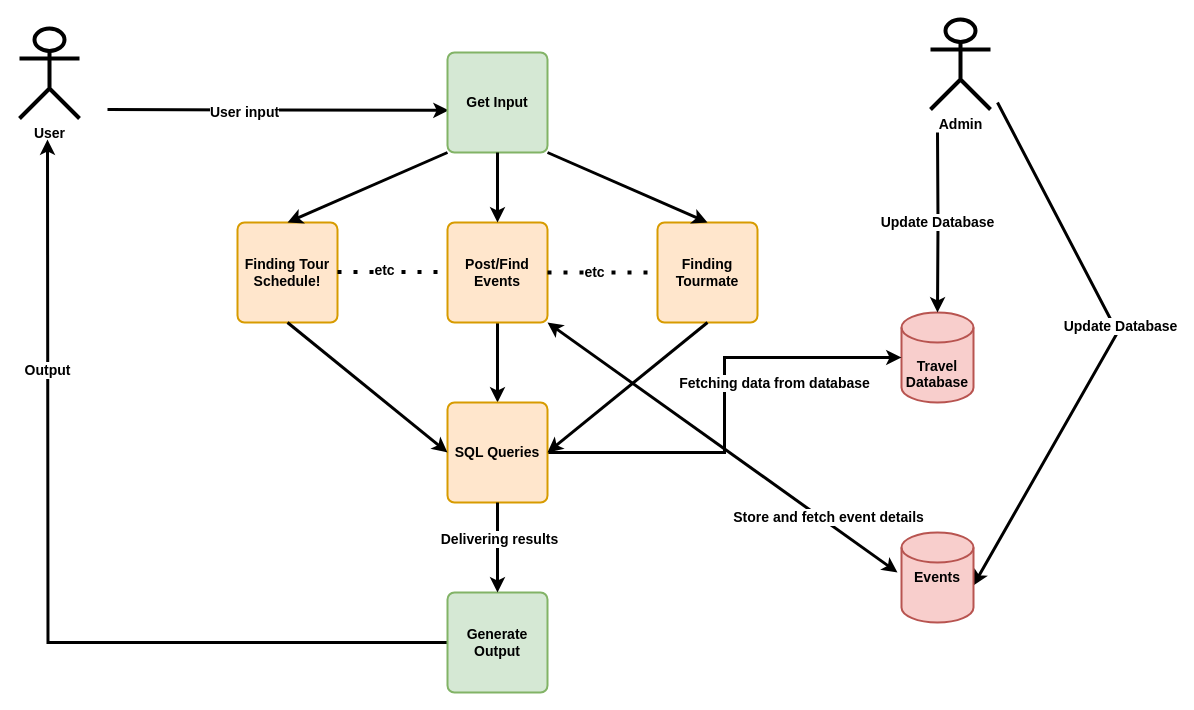
Above: contextbjet.drawio in mahbubhimel/Html (draw.io), before the change. Source tidied: cells renumbered, new cells numbered last; positions are measured from the earlier drawing's top-left corner, leaving out a move shared by most shapes. Both pictures are drawn from the tidied source at 100%, with x=0, y=0 at pixel (19, 19).
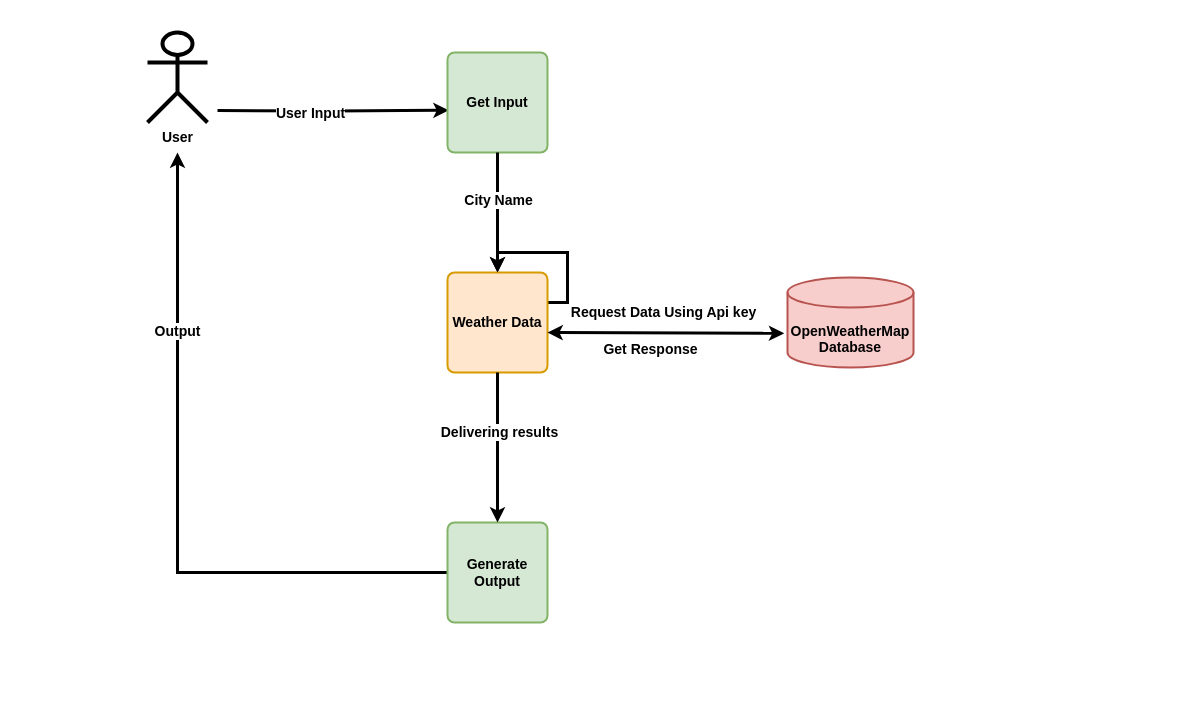
The same diagram, later.

The change refers to these unchanged cells:
```xml
<mxCell id="4" value="&lt;b&gt;Get Input&lt;/b&gt;" style="rounded=1;whiteSpace=wrap;html=1;absoluteArcSize=1;arcSize=14;strokeWidth=2;fontSize=14;fillColor=#d5e8d4;strokeColor=#82b366;" parent="1" vertex="1">
  <mxGeometry x="428" y="33" width="100" height="100" as="geometry" />
</mxCell>
```

Diff of the diagram source:
```diff
@@
     <mxCell id="2" style="edgeStyle=orthogonalEdgeStyle;rounded=0;jettySize=auto;html=1;entryX=0.011;entryY=0.578;entryDx=0;entryDy=0;entryPerimeter=0;fontSize=14;strokeWidth=3;" parent="1" edge="1" target="4">
       <mxGeometry relative="1" as="geometry">
-        <mxPoint x="88" y="90.1" as="sourcePoint" />
+        <mxPoint x="198" y="91" as="sourcePoint" />
       </mxGeometry>
     </mxCell>
-    <mxCell id="3" value="&lt;b&gt;User input&lt;/b&gt;" style="edgeLabel;html=1;align=center;verticalAlign=middle;fontSize=14;" parent="2" vertex="1">
+    <mxCell id="3" value="&lt;b&gt;User Input&lt;br&gt;&lt;/b&gt;" style="edgeLabel;html=1;align=center;verticalAlign=middle;fontSize=14;" parent="2" vertex="1">
       <mxGeometry x="-0.2" y="-2" relative="1" as="geometry" />
     </mxCell>
@@
-    <mxCell id="5" value="&lt;b&gt;&lt;br&gt;&lt;br&gt;Travel&lt;br&gt;Database&lt;/b&gt;" style="strokeWidth=2;html=1;shape=mxgraph.flowchart.database;whiteSpace=wrap;fontSize=14;fillColor=#f8cecc;strokeColor=#b85450;" parent="1" vertex="1">
-      <mxGeometry x="882" y="293" width="72" height="90" as="geometry" />
+    <mxCell id="5" value="&lt;b&gt;&lt;br&gt;&lt;br&gt;OpenWeatherMap&lt;br&gt;Database&lt;/b&gt;" style="strokeWidth=2;html=1;shape=mxgraph.flowchart.database;whiteSpace=wrap;fontSize=14;fillColor=#f8cecc;strokeColor=#b85450;" parent="1" vertex="1">
+      <mxGeometry x="768" y="258" width="126" height="90" as="geometry" />
     </mxCell>
-    <mxCell id="6" value="&lt;b&gt;Finding Tour Schedule!&lt;/b&gt;" style="rounded=1;whiteSpace=wrap;html=1;absoluteArcSize=1;arcSize=14;strokeWidth=2;fontSize=14;fillColor=#ffe6cc;strokeColor=#d79b00;" parent="1" vertex="1">
-      <mxGeometry x="218" y="203" width="100" height="100" as="geometry" />
-    </mxCell>
-    <mxCell id="7" value="&lt;b&gt;Update Database&lt;/b&gt;" style="edgeStyle=orthogonalEdgeStyle;rounded=0;jettySize=auto;html=1;exitX=0.5;exitY=1;exitDx=0;exitDy=0;entryX=0.5;entryY=0;entryDx=0;entryDy=0;entryPerimeter=0;fontSize=14;strokeWidth=3;" parent="1" edge="1" target="5">
-      <mxGeometry relative="1" as="geometry">
-        <mxPoint x="918" y="113" as="sourcePoint" />
-      </mxGeometry>
-    </mxCell>
-    <mxCell id="8" style="edgeStyle=orthogonalEdgeStyle;rounded=0;jettySize=auto;html=1;exitX=0.5;exitY=1;exitDx=0;exitDy=0;entryX=0.5;entryY=0;entryDx=0;entryDy=0;fontSize=14;strokeWidth=3;" parent="1" edge="1" source="9" target="13">
-      <mxGeometry relative="1" as="geometry" />
+    <mxCell id="8" style="edgeStyle=orthogonalEdgeStyle;rounded=0;jettySize=auto;html=1;exitX=0.5;exitY=1;exitDx=0;exitDy=0;entryX=0.5;entryY=0;entryDx=0;entryDy=0;fontSize=14;strokeWidth=3;" parent="1" edge="1" target="13">
+      <mxGeometry relative="1" as="geometry">
+        <mxPoint x="478" y="303" as="sourcePoint" />
+      </mxGeometry>
     </mxCell>
-    <mxCell id="9" value="&lt;b&gt;Post/Find Events&lt;/b&gt;" style="rounded=1;whiteSpace=wrap;html=1;absoluteArcSize=1;arcSize=14;strokeWidth=2;fontSize=14;fillColor=#ffe6cc;strokeColor=#d79b00;" parent="1" vertex="1">
-      <mxGeometry x="428" y="203" width="100" height="100" as="geometry" />
-    </mxCell>
-    <mxCell id="10" value="&lt;b&gt;Finding Tourmate&lt;/b&gt;" style="rounded=1;whiteSpace=wrap;html=1;absoluteArcSize=1;arcSize=14;strokeWidth=2;fontSize=14;fillColor=#ffe6cc;strokeColor=#d79b00;" parent="1" vertex="1">
-      <mxGeometry x="638" y="203" width="100" height="100" as="geometry" />
-    </mxCell>
-    <mxCell id="11" style="edgeStyle=orthogonalEdgeStyle;rounded=0;jettySize=auto;html=1;exitX=1;exitY=0.5;exitDx=0;exitDy=0;entryX=0;entryY=0.5;entryDx=0;entryDy=0;entryPerimeter=0;strokeWidth=3;" parent="1" edge="1" source="13" target="5">
-      <mxGeometry relative="1" as="geometry" />
-    </mxCell>
-    <mxCell id="12" value="&lt;b&gt;&lt;font style=&quot;font-size: 14px;&quot;&gt;Fetching data from database&lt;/font&gt;&lt;/b&gt;" style="edgeLabel;html=1;align=center;verticalAlign=middle;" parent="11" vertex="1">
-      <mxGeometry x="0.46" y="-2" relative="1" as="geometry">
-        <mxPoint x="-7" y="23" as="offset" />
-      </mxGeometry>
-    </mxCell>
-    <mxCell id="13" value="&lt;b&gt;SQL Queries&lt;/b&gt;" style="rounded=1;whiteSpace=wrap;html=1;absoluteArcSize=1;arcSize=14;strokeWidth=2;fontSize=14;fillColor=#ffe6cc;strokeColor=#d79b00;" parent="1" vertex="1">
-      <mxGeometry x="428" y="383" width="100" height="100" as="geometry" />
+    <mxCell id="13" value="&lt;b&gt;Weather Data&lt;/b&gt;" style="rounded=1;whiteSpace=wrap;html=1;absoluteArcSize=1;arcSize=14;strokeWidth=2;fontSize=14;fillColor=#ffe6cc;strokeColor=#d79b00;" parent="1" vertex="1">
+      <mxGeometry x="428" y="253" width="100" height="100" as="geometry" />
     </mxCell>
-    <mxCell id="14" style="edgeStyle=orthogonalEdgeStyle;rounded=0;jettySize=auto;html=1;exitX=0;exitY=0.5;exitDx=0;exitDy=0;entryX=0.5;entryY=1;entryDx=0;entryDy=0;fontSize=14;strokeWidth=3;" parent="1" edge="1" source="16">
+    <mxCell id="14" style="edgeStyle=orthogonalEdgeStyle;rounded=0;orthogonalLoop=1;jettySize=auto;html=1;exitX=0;exitY=0.5;exitDx=0;exitDy=0;fontSize=14;strokeWidth=3;" parent="1" edge="1">
       <mxGeometry relative="1" as="geometry">
-        <mxPoint x="28" y="120" as="targetPoint" />
+        <mxPoint x="438" y="553" as="sourcePoint" />
+        <mxPoint x="158" y="133" as="targetPoint" />
+        <Array as="points">
+          <mxPoint x="158" y="553" />
+          <mxPoint x="158" y="163" />
+        </Array>
       </mxGeometry>
     </mxCell>
@@
     <mxCell id="16" value="&lt;b&gt;Generate Output&lt;/b&gt;" style="rounded=1;whiteSpace=wrap;html=1;absoluteArcSize=1;arcSize=14;strokeWidth=2;fontSize=14;fillColor=#d5e8d4;strokeColor=#82b366;" parent="1" vertex="1">
-      <mxGeometry x="428" y="573" width="100" height="100" as="geometry" />
+      <mxGeometry x="428" y="503" width="100" height="100" as="geometry" />
     </mxCell>
-    <mxCell id="17" style="endArrow=classic;html=1;rounded=0;fontSize=14;entryX=0.5;entryY=0;entryDx=0;entryDy=0;exitX=0;exitY=1;exitDx=0;exitDy=0;strokeWidth=3;" parent="1" edge="1" source="4" target="6">
-      <mxGeometry relative="1" as="geometry" />
-    </mxCell>
-    <mxCell id="18" style="endArrow=classic;html=1;rounded=0;fontSize=14;exitX=0.5;exitY=1;exitDx=0;exitDy=0;entryX=0.5;entryY=0;entryDx=0;entryDy=0;strokeWidth=3;" parent="1" edge="1" source="4" target="9">
-      <mxGeometry relative="1" as="geometry" />
-    </mxCell>
-    <mxCell id="19" style="endArrow=classic;html=1;rounded=0;fontSize=14;exitX=1;exitY=1;exitDx=0;exitDy=0;entryX=0.5;entryY=0;entryDx=0;entryDy=0;strokeWidth=3;" parent="1" edge="1" source="4" target="10">
-      <mxGeometry relative="1" as="geometry" />
-    </mxCell>
-    <mxCell id="20" style="endArrow=classic;startArrow=classic;html=1;rounded=0;fontSize=14;exitX=1;exitY=1;exitDx=0;exitDy=0;entryX=0.1;entryY=0;entryDx=0;entryDy=0;entryPerimeter=0;strokeWidth=3;" parent="1" edge="1" source="9">
-      <mxGeometry relative="1" as="geometry">
-        <mxPoint x="878" y="553" as="targetPoint" />
-      </mxGeometry>
-    </mxCell>
-    <mxCell id="21" value="&lt;b&gt;Store and fetch event details&lt;/b&gt;" style="edgeLabel;html=1;align=center;verticalAlign=middle;fontSize=14;" parent="20" vertex="1">
-      <mxGeometry x="0.22" relative="1" as="geometry">
-        <mxPoint x="67" y="42" as="offset" />
-      </mxGeometry>
-    </mxCell>
-    <mxCell id="22" style="endArrow=classic;html=1;rounded=0;fontSize=14;entryX=0.998;entryY=0.59;entryDx=0;entryDy=0;entryPerimeter=0;strokeWidth=3;" parent="1" edge="1" target="32">
-      <mxGeometry relative="1" as="geometry">
-        <mxPoint x="978" y="83" as="sourcePoint" />
-        <Array as="points">
-          <mxPoint x="1098" y="313" />
-        </Array>
-      </mxGeometry>
-    </mxCell>
-    <mxCell id="23" value="&lt;b&gt;Update Database&lt;/b&gt;" style="edgeLabel;html=1;align=center;verticalAlign=middle;fontSize=14;" parent="22" vertex="1">
-      <mxGeometry y="1" relative="1" as="geometry">
-        <mxPoint x="9" y="-21" as="offset" />
-      </mxGeometry>
-    </mxCell>
-    <mxCell id="24" style="endArrow=classic;html=1;rounded=0;fontSize=14;exitX=0.5;exitY=1;exitDx=0;exitDy=0;entryX=0;entryY=0.5;entryDx=0;entryDy=0;strokeWidth=3;" parent="1" edge="1" source="6" target="13">
+    <mxCell id="24" style="endArrow=classic;html=1;rounded=0;fontSize=14;exitX=0.5;exitY=1;exitDx=0;exitDy=0;entryX=0.5;entryY=0;entryDx=0;entryDy=0;strokeWidth=3;" parent="1" edge="1" source="4" target="13">
       <mxGeometry relative="1" as="geometry" />
     </mxCell>
-    <mxCell id="25" style="endArrow=classic;html=1;rounded=0;fontSize=14;entryX=1;entryY=0.5;entryDx=0;entryDy=0;strokeWidth=3;" parent="1" edge="1" target="13">
-      <mxGeometry relative="1" as="geometry">
-        <mxPoint x="688" y="303" as="sourcePoint" />
-      </mxGeometry>
-    </mxCell>
-    <mxCell id="26" style="endArrow=none;dashed=1;html=1;dashPattern=1 3;strokeWidth=4;rounded=0;fontSize=14;exitX=1;exitY=0.5;exitDx=0;exitDy=0;entryX=0;entryY=0.5;entryDx=0;entryDy=0;" parent="1" edge="1" source="9" target="10">
-      <mxGeometry relative="1" as="geometry" />
-    </mxCell>
-    <mxCell id="27" value="&lt;b&gt;etc&lt;/b&gt;" style="edgeLabel;html=1;align=center;verticalAlign=middle;fontSize=14;" parent="26" vertex="1">
-      <mxGeometry x="-0.17" y="1" relative="1" as="geometry" />
-    </mxCell>
-    <mxCell id="28" style="endArrow=none;dashed=1;html=1;dashPattern=1 3;strokeWidth=4;rounded=0;fontSize=14;exitX=1;exitY=0.5;exitDx=0;exitDy=0;entryX=0;entryY=0.5;entryDx=0;entryDy=0;jumpSize=10;" parent="1" edge="1">
-      <mxGeometry relative="1" as="geometry">
-        <mxPoint x="318" y="252.4" as="sourcePoint" />
-        <mxPoint x="428" y="252.4" as="targetPoint" />
-      </mxGeometry>
-    </mxCell>
-    <mxCell id="29" value="&lt;b&gt;etc&lt;/b&gt;" style="edgeLabel;html=1;align=center;verticalAlign=middle;fontSize=14;" parent="28" vertex="1">
-      <mxGeometry x="-0.17" y="2" relative="1" as="geometry" />
-    </mxCell>
+    <mxCell id="35" value="&lt;b&gt;City Name&lt;/b&gt;" style="edgeLabel;html=1;align=center;verticalAlign=middle;fontSize=14;" parent="24" vertex="1">
+      <mxGeometry x="-0.21" relative="1" as="geometry" />
+    </mxCell>
@@
-    <mxCell id="32" value="&lt;b&gt;Events&lt;/b&gt;" style="strokeWidth=2;html=1;shape=mxgraph.flowchart.database;whiteSpace=wrap;fontSize=14;fillColor=#f8cecc;strokeColor=#b85450;" parent="1" vertex="1">
-      <mxGeometry x="882" y="513" width="72" height="90" as="geometry" />
-    </mxCell>
     <mxCell id="33" value="&lt;b&gt;User&lt;/b&gt;" style="shape=umlActor;verticalLabelPosition=bottom;verticalAlign=top;html=1;fontSize=14;strokeWidth=4;" parent="1" vertex="1">
-      <mxGeometry y="9" width="60" height="90" as="geometry" />
+      <mxGeometry x="128" y="13" width="60" height="90" as="geometry" />
     </mxCell>
-    <mxCell id="34" value="&lt;b&gt;Admin&lt;/b&gt;" style="shape=umlActor;verticalLabelPosition=bottom;verticalAlign=top;html=1;fontSize=14;strokeWidth=4;" parent="1" vertex="1">
-      <mxGeometry x="911" width="60" height="90" as="geometry" />
-    </mxCell>
+    <mxCell id="36" style="endArrow=classic;startArrow=classic;html=1;rounded=0;entryX=-0.026;entryY=0.62;entryDx=0;entryDy=0;entryPerimeter=0;strokeWidth=3;" parent="1" edge="1" target="5">
+      <mxGeometry relative="1" as="geometry">
+        <mxPoint x="528" y="313" as="sourcePoint" />
+      </mxGeometry>
+    </mxCell>
+    <mxCell id="37" value="&lt;b&gt;&lt;font style=&quot;font-size: 14px;&quot;&gt;Request Data Using Api key&lt;/font&gt;&lt;/b&gt;" style="text;html=1;align=center;verticalAlign=middle;strokeColor=none;fillColor=none;" parent="1" vertex="1">
+      <mxGeometry x="544" y="283" width="200" height="20" as="geometry" />
+    </mxCell>
+    <mxCell id="38" value="&lt;b&gt;Get Response&lt;/b&gt;" style="text;html=1;align=center;verticalAlign=middle;strokeColor=none;fillColor=none;fontSize=14;" parent="1" vertex="1">
+      <mxGeometry x="576" y="320" width="110" height="20" as="geometry" />
+    </mxCell>
```
